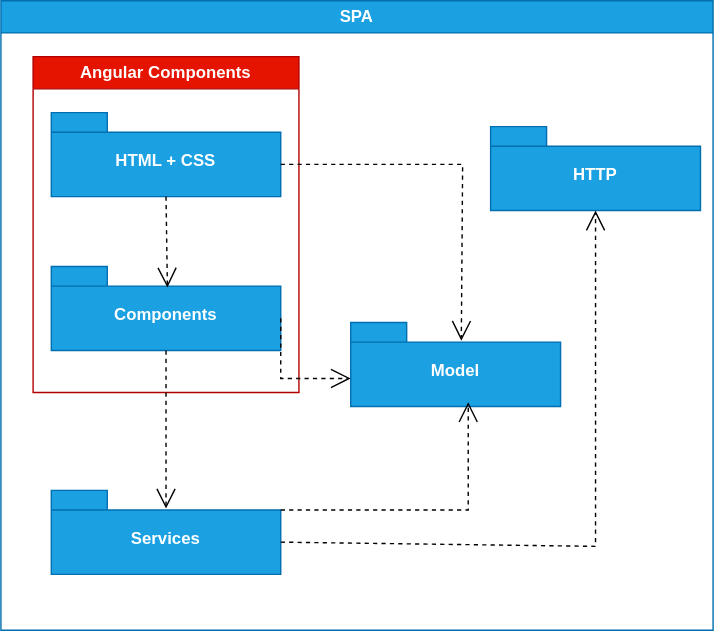
The draw.io diagram docs/L3/SPA/Implementation_View.svg in Rodrick0209/ISEP-SEM5PI-24-25, before a commit. Source tidied: cells renumbered, new cells last; positions are measured from the earlier drawing's top-left corner, leaving out a move shared by most shapes.
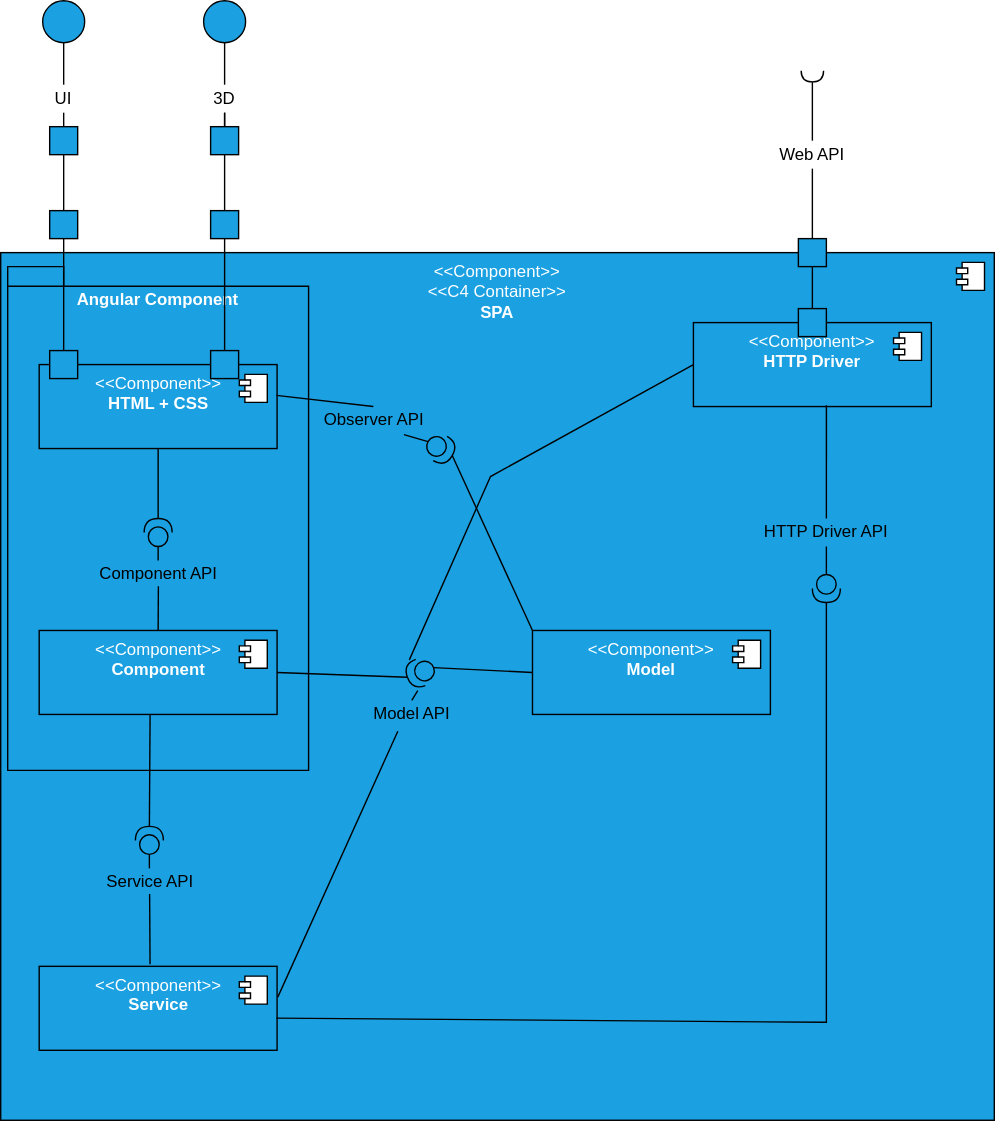
Later version of the same file.

Commit message:
Implmentation view of SPA fixed #25

What changed in the source:
```diff
@@ -2,61 +2,232 @@
   <root>
     <mxCell id="0" />
     <mxCell id="1" parent="0" />
-    <mxCell id="2" value="SPA" style="swimlane;whiteSpace=wrap;html=1;fillColor=#1ba1e2;fontColor=#ffffff;strokeColor=#006EAF;" parent="1" vertex="1">
-      <mxGeometry width="509" height="450" as="geometry" />
-    </mxCell>
-    <mxCell id="3" value="Angular Components" style="swimlane;whiteSpace=wrap;html=1;fillColor=#e51400;fontColor=#ffffff;strokeColor=#B20000;" parent="2" vertex="1">
-      <mxGeometry x="23" y="40" width="190" height="240" as="geometry" />
-    </mxCell>
-    <mxCell id="4" value="Components" style="shape=folder;fontStyle=1;spacingTop=10;tabWidth=40;tabHeight=14;tabPosition=left;html=1;whiteSpace=wrap;fillColor=#1ba1e2;fontColor=#ffffff;strokeColor=#006EAF;" parent="3" vertex="1">
-      <mxGeometry x="13" y="150" width="164" height="60" as="geometry" />
-    </mxCell>
-    <mxCell id="5" value="HTML + CSS" style="shape=folder;fontStyle=1;spacingTop=10;tabWidth=40;tabHeight=14;tabPosition=left;html=1;whiteSpace=wrap;fillColor=#1ba1e2;fontColor=#ffffff;strokeColor=#006EAF;" parent="3" vertex="1">
-      <mxGeometry x="13" y="40" width="164" height="60" as="geometry" />
-    </mxCell>
-    <mxCell id="6" style="endArrow=open;endSize=12;dashed=1;html=1;rounded=0;exitX=0.5;exitY=1;exitDx=0;exitDy=0;exitPerimeter=0;entryX=0.506;entryY=0.25;entryDx=0;entryDy=0;entryPerimeter=0;" parent="3" edge="1" source="5" target="4">
-      <mxGeometry relative="1" as="geometry" />
-    </mxCell>
-    <mxCell id="7" value="Services" style="shape=folder;fontStyle=1;spacingTop=10;tabWidth=40;tabHeight=14;tabPosition=left;html=1;whiteSpace=wrap;fillColor=#1ba1e2;fontColor=#ffffff;strokeColor=#006EAF;" parent="2" vertex="1">
-      <mxGeometry x="36" y="350" width="164" height="60" as="geometry" />
-    </mxCell>
-    <mxCell id="8" style="endArrow=open;endSize=12;dashed=1;html=1;rounded=0;exitX=0.5;exitY=1;exitDx=0;exitDy=0;exitPerimeter=0;entryX=0.5;entryY=0.217;entryDx=0;entryDy=0;entryPerimeter=0;" parent="2" edge="1" source="4" target="7">
-      <mxGeometry relative="1" as="geometry" />
-    </mxCell>
-    <mxCell id="9" value="HTTP" style="shape=folder;fontStyle=1;spacingTop=10;tabWidth=40;tabHeight=14;tabPosition=left;html=1;whiteSpace=wrap;fillColor=#1ba1e2;fontColor=#ffffff;strokeColor=#006EAF;" parent="2" vertex="1">
-      <mxGeometry x="350" y="90" width="150" height="60" as="geometry" />
-    </mxCell>
-    <mxCell id="10" value="Model" style="shape=folder;fontStyle=1;spacingTop=10;tabWidth=40;tabHeight=14;tabPosition=left;html=1;whiteSpace=wrap;fillColor=#1ba1e2;fontColor=#ffffff;strokeColor=#006EAF;" parent="2" vertex="1">
-      <mxGeometry x="250" y="230" width="150" height="60" as="geometry" />
-    </mxCell>
-    <mxCell id="11" style="endArrow=open;endSize=12;dashed=1;html=1;rounded=0;exitX=0;exitY=0;exitDx=164;exitDy=37;exitPerimeter=0;" parent="2" edge="1" source="4">
-      <mxGeometry relative="1" as="geometry">
-        <mxPoint x="250" y="270" as="targetPoint" />
-        <Array as="points">
-          <mxPoint x="200" y="270" />
-        </Array>
-      </mxGeometry>
-    </mxCell>
-    <mxCell id="12" style="endArrow=open;endSize=12;dashed=1;html=1;rounded=0;entryX=0.56;entryY=0.95;entryDx=0;entryDy=0;entryPerimeter=0;exitX=0;exitY=0;exitDx=164;exitDy=14;exitPerimeter=0;" parent="2" edge="1" source="7" target="10">
-      <mxGeometry relative="1" as="geometry">
-        <Array as="points">
-          <mxPoint x="334" y="364" />
-        </Array>
-      </mxGeometry>
-    </mxCell>
-    <mxCell id="13" style="endArrow=open;endSize=12;dashed=1;html=1;rounded=0;entryX=0.5;entryY=1;entryDx=0;entryDy=0;entryPerimeter=0;exitX=0;exitY=0;exitDx=164;exitDy=37;exitPerimeter=0;" parent="2" edge="1" source="7" target="9">
-      <mxGeometry relative="1" as="geometry">
-        <Array as="points">
-          <mxPoint x="425" y="390" />
-        </Array>
-      </mxGeometry>
-    </mxCell>
-    <mxCell id="14" style="endArrow=open;endSize=12;dashed=1;html=1;rounded=0;exitX=0;exitY=0;exitDx=164;exitDy=37;exitPerimeter=0;entryX=0.527;entryY=0.217;entryDx=0;entryDy=0;entryPerimeter=0;" parent="2" edge="1" source="5" target="10">
-      <mxGeometry relative="1" as="geometry">
-        <Array as="points">
-          <mxPoint x="330" y="117" />
-        </Array>
-      </mxGeometry>
-    </mxCell>
+    <mxCell id="15" value="&amp;lt;&amp;lt;Component&amp;gt;&amp;gt;&lt;div&gt;&amp;lt;&amp;lt;C4 Container&lt;span style=&quot;background-color: initial;&quot;&gt;&amp;gt;&amp;gt;&lt;/span&gt;&lt;/div&gt;&lt;div style=&quot;padding-right: 0px;&quot;&gt;&lt;b&gt;SPA&lt;/b&gt;&lt;/div&gt;" style="html=1;whiteSpace=wrap;horizontal=1;verticalAlign=top;fillColor=#1ba1e2;fontColor=#ffffff;strokeColor=default;" parent="1" vertex="1">
+      <mxGeometry x="-50" y="10" width="710" height="620" as="geometry" />
+    </mxCell>
+    <mxCell id="16" style="shape=module;jettyWidth=8;jettyHeight=4;" parent="15" vertex="1">
+      <mxGeometry x="1" width="20" height="20" relative="1" as="geometry">
+        <mxPoint x="-27" y="7" as="offset" />
+      </mxGeometry>
+    </mxCell>
+    <mxCell id="17" style="whiteSpace=wrap;html=1;fillColor=#1ba1e2;fontColor=#ffffff;strokeColor=default;" parent="1" vertex="1">
+      <mxGeometry x="-15" y="-80" width="20" height="20" as="geometry" />
+    </mxCell>
+    <mxCell id="18" style="whiteSpace=wrap;html=1;fillColor=#1ba1e2;fontColor=#ffffff;strokeColor=default;" parent="1" vertex="1">
+      <mxGeometry x="-15" y="-20" width="20" height="20" as="geometry" />
+    </mxCell>
+    <mxCell id="19" style="whiteSpace=wrap;html=1;fillColor=#1ba1e2;fontColor=#ffffff;strokeColor=default;" parent="1" vertex="1">
+      <mxGeometry x="100" y="-20" width="20" height="20" as="geometry" />
+    </mxCell>
+    <mxCell id="20" style="endArrow=none;html=1;rounded=0;entryX=0.5;entryY=1;entryDx=0;entryDy=0;exitX=0.5;exitY=0;exitDx=0;exitDy=0;" parent="1" edge="1" source="18" target="17">
+      <mxGeometry relative="1" as="geometry" />
+    </mxCell>
+    <mxCell id="21" style="endArrow=none;html=1;rounded=0;exitX=0.5;exitY=0;exitDx=0;exitDy=0;entryX=0.5;entryY=1;entryDx=0;entryDy=0;" parent="1" edge="1" source="24" target="22">
+      <mxGeometry relative="1" as="geometry" />
+    </mxCell>
+    <mxCell id="22" style="ellipse;whiteSpace=wrap;html=1;fillColor=#1ba1e2;fontColor=#ffffff;strokeColor=default;" parent="1" vertex="1">
+      <mxGeometry x="-20" y="-170" width="30" height="30" as="geometry" />
+    </mxCell>
+    <mxCell id="23" style="endArrow=none;html=1;rounded=0;exitX=0.5;exitY=0;exitDx=0;exitDy=0;" parent="1" edge="1" source="17" target="24">
+      <mxGeometry relative="1" as="geometry" />
+    </mxCell>
+    <mxCell id="24" value="UI" style="text;html=1;align=center;verticalAlign=middle;whiteSpace=wrap;rounded=0;" parent="1" vertex="1">
+      <mxGeometry x="-15" y="-110" width="20" height="20" as="geometry" />
+    </mxCell>
+    <mxCell id="25" style="endArrow=none;html=1;rounded=0;entryX=0.5;entryY=1;entryDx=0;entryDy=0;exitX=0.5;exitY=0;exitDx=0;exitDy=0;" parent="1" edge="1" source="31" target="26">
+      <mxGeometry relative="1" as="geometry" />
+    </mxCell>
+    <mxCell id="26" style="ellipse;whiteSpace=wrap;html=1;fillColor=#1ba1e2;fontColor=#ffffff;strokeColor=default;" parent="1" vertex="1">
+      <mxGeometry x="95" y="-170" width="30" height="30" as="geometry" />
+    </mxCell>
+    <mxCell id="27" style="endArrow=none;html=1;rounded=0;exitX=0.5;exitY=0;exitDx=0;exitDy=0;" parent="1" edge="1" source="29" target="31">
+      <mxGeometry relative="1" as="geometry" />
+    </mxCell>
+    <mxCell id="28" style="endArrow=none;html=1;rounded=0;entryX=0.5;entryY=1;entryDx=0;entryDy=0;exitX=0.5;exitY=0;exitDx=0;exitDy=0;" parent="1" edge="1" source="19" target="29">
+      <mxGeometry relative="1" as="geometry" />
+    </mxCell>
+    <mxCell id="29" style="whiteSpace=wrap;html=1;fillColor=#1ba1e2;fontColor=#ffffff;strokeColor=default;" parent="1" vertex="1">
+      <mxGeometry x="100" y="-80" width="20" height="20" as="geometry" />
+    </mxCell>
+    <mxCell id="30" style="endArrow=none;html=1;rounded=0;entryX=0.5;entryY=1;entryDx=0;entryDy=0;exitX=0.5;exitY=0;exitDx=0;exitDy=0;" parent="1" edge="1" source="29" target="31">
+      <mxGeometry relative="1" as="geometry" />
+    </mxCell>
+    <mxCell id="31" value="3D" style="text;html=1;align=center;verticalAlign=middle;whiteSpace=wrap;rounded=0;" parent="1" vertex="1">
+      <mxGeometry x="100" y="-110" width="20" height="20" as="geometry" />
+    </mxCell>
+    <mxCell id="32" value="Angular Component" style="shape=folder;fontStyle=1;spacingTop=10;tabWidth=40;tabHeight=14;tabPosition=left;html=1;whiteSpace=wrap;verticalAlign=top;fillColor=none;fontColor=#ffffff;strokeColor=default;" parent="1" vertex="1">
+      <mxGeometry x="-45" y="20" width="215" height="360" as="geometry" />
+    </mxCell>
+    <mxCell id="33" value="&amp;lt;&amp;lt;Component&amp;gt;&amp;gt;&lt;div style=&quot;padding-right: 0px;&quot;&gt;&lt;b&gt;HTML + CSS&lt;/b&gt;&lt;/div&gt;" style="html=1;whiteSpace=wrap;horizontal=1;verticalAlign=top;fillColor=#1ba1e2;fontColor=#ffffff;strokeColor=default;" parent="1" vertex="1">
+      <mxGeometry x="-22.5" y="90" width="170" height="60" as="geometry" />
+    </mxCell>
+    <mxCell id="34" style="shape=module;jettyWidth=8;jettyHeight=4;" parent="33" vertex="1">
+      <mxGeometry x="1" width="20" height="20" relative="1" as="geometry">
+        <mxPoint x="-27" y="7" as="offset" />
+      </mxGeometry>
+    </mxCell>
+    <mxCell id="35" style="whiteSpace=wrap;html=1;fillColor=#1ba1e2;fontColor=#ffffff;strokeColor=default;" parent="1" vertex="1">
+      <mxGeometry x="-15" y="80" width="20" height="20" as="geometry" />
+    </mxCell>
+    <mxCell id="36" style="whiteSpace=wrap;html=1;fillColor=#1ba1e2;fontColor=#ffffff;strokeColor=default;" parent="1" vertex="1">
+      <mxGeometry x="100" y="80" width="20" height="20" as="geometry" />
+    </mxCell>
+    <mxCell id="37" style="endArrow=none;html=1;rounded=0;entryX=0.5;entryY=1;entryDx=0;entryDy=0;exitX=0.5;exitY=0;exitDx=0;exitDy=0;" parent="1" edge="1" source="35" target="18">
+      <mxGeometry relative="1" as="geometry" />
+    </mxCell>
+    <mxCell id="38" style="endArrow=none;html=1;rounded=0;entryX=0.5;entryY=1;entryDx=0;entryDy=0;exitX=0.5;exitY=0;exitDx=0;exitDy=0;" parent="1" edge="1" source="36" target="19">
+      <mxGeometry relative="1" as="geometry" />
+    </mxCell>
+    <mxCell id="39" value="&amp;lt;&amp;lt;Component&amp;gt;&amp;gt;&lt;div style=&quot;padding-right: 0px;&quot;&gt;&lt;b&gt;Component&lt;/b&gt;&lt;/div&gt;" style="html=1;whiteSpace=wrap;horizontal=1;verticalAlign=top;fillColor=#1ba1e2;fontColor=#ffffff;strokeColor=default;" parent="1" vertex="1">
+      <mxGeometry x="-22.5" y="280" width="170" height="60" as="geometry" />
+    </mxCell>
+    <mxCell id="40" style="shape=module;jettyWidth=8;jettyHeight=4;" parent="39" vertex="1">
+      <mxGeometry x="1" width="20" height="20" relative="1" as="geometry">
+        <mxPoint x="-27" y="7" as="offset" />
+      </mxGeometry>
+    </mxCell>
+    <mxCell id="41" style="shape=providedRequiredInterface;html=1;verticalLabelPosition=bottom;sketch=0;rotation=-90;fillColor=#1ba1e2;fontColor=#ffffff;strokeColor=default;" parent="1" vertex="1">
+      <mxGeometry x="52.5" y="200" width="20" height="20" as="geometry" />
+    </mxCell>
+    <mxCell id="42" style="endArrow=none;html=1;rounded=0;entryX=0.5;entryY=1;entryDx=0;entryDy=0;exitX=1;exitY=0.5;exitDx=0;exitDy=0;exitPerimeter=0;" parent="1" edge="1" source="41" target="33">
+      <mxGeometry relative="1" as="geometry" />
+    </mxCell>
+    <mxCell id="43" style="endArrow=none;html=1;rounded=0;entryX=0;entryY=0.5;entryDx=0;entryDy=0;exitX=0.5;exitY=0;exitDx=0;exitDy=0;entryPerimeter=0;" parent="1" edge="1" source="45" target="41">
+      <mxGeometry relative="1" as="geometry" />
+    </mxCell>
+    <mxCell id="44" style="endArrow=none;html=1;rounded=0;entryX=0.502;entryY=0.916;entryDx=0;entryDy=0;exitX=0.5;exitY=0;exitDx=0;exitDy=0;entryPerimeter=0;" parent="1" edge="1" source="39" target="45">
+      <mxGeometry relative="1" as="geometry" />
+    </mxCell>
+    <mxCell id="45" value="Component API" style="text;html=1;align=center;verticalAlign=middle;whiteSpace=wrap;rounded=0;" parent="1" vertex="1">
+      <mxGeometry x="18.8" y="230" width="87.5" height="20" as="geometry" />
+    </mxCell>
+    <mxCell id="46" value="&amp;lt;&amp;lt;Component&amp;gt;&amp;gt;&lt;div&gt;&lt;b&gt;Service&lt;/b&gt;&lt;/div&gt;" style="html=1;whiteSpace=wrap;horizontal=1;verticalAlign=top;fillColor=#1ba1e2;fontColor=#ffffff;strokeColor=default;" parent="1" vertex="1">
+      <mxGeometry x="-22.5" y="520" width="170" height="60" as="geometry" />
+    </mxCell>
+    <mxCell id="47" style="shape=module;jettyWidth=8;jettyHeight=4;" parent="46" vertex="1">
+      <mxGeometry x="1" width="20" height="20" relative="1" as="geometry">
+        <mxPoint x="-27" y="7" as="offset" />
+      </mxGeometry>
+    </mxCell>
+    <mxCell id="48" style="shape=providedRequiredInterface;html=1;verticalLabelPosition=bottom;sketch=0;rotation=-90;fillColor=#1ba1e2;fontColor=#ffffff;strokeColor=default;" parent="1" vertex="1">
+      <mxGeometry x="46.2" y="420" width="20" height="20" as="geometry" />
+    </mxCell>
+    <mxCell id="49" style="endArrow=none;html=1;rounded=0;entryX=0.5;entryY=1;entryDx=0;entryDy=0;exitX=1;exitY=0.5;exitDx=0;exitDy=0;exitPerimeter=0;" parent="1" edge="1" source="48">
+      <mxGeometry relative="1" as="geometry">
+        <mxPoint x="56.8" y="340" as="targetPoint" />
+      </mxGeometry>
+    </mxCell>
+    <mxCell id="50" style="endArrow=none;html=1;rounded=0;entryX=0;entryY=0.5;entryDx=0;entryDy=0;exitX=0.5;exitY=0;exitDx=0;exitDy=0;entryPerimeter=0;" parent="1" edge="1" source="52" target="48">
+      <mxGeometry relative="1" as="geometry" />
+    </mxCell>
+    <mxCell id="51" style="endArrow=none;html=1;rounded=0;entryX=0.502;entryY=0.916;entryDx=0;entryDy=0;entryPerimeter=0;exitX=0.466;exitY=-0.026;exitDx=0;exitDy=0;exitPerimeter=0;" parent="1" edge="1" source="46" target="52">
+      <mxGeometry relative="1" as="geometry" />
+    </mxCell>
+    <mxCell id="52" value="Service API" style="text;html=1;align=center;verticalAlign=middle;whiteSpace=wrap;rounded=0;" parent="1" vertex="1">
+      <mxGeometry x="12.5" y="450" width="87.5" height="20" as="geometry" />
+    </mxCell>
+    <mxCell id="53" value="&amp;lt;&amp;lt;Component&amp;gt;&amp;gt;&lt;div&gt;&lt;b&gt;Model&lt;/b&gt;&lt;/div&gt;" style="html=1;whiteSpace=wrap;horizontal=1;verticalAlign=top;fillColor=#1ba1e2;fontColor=#ffffff;strokeColor=default;" parent="1" vertex="1">
+      <mxGeometry x="330" y="280" width="170" height="60" as="geometry" />
+    </mxCell>
+    <mxCell id="54" style="shape=module;jettyWidth=8;jettyHeight=4;" parent="53" vertex="1">
+      <mxGeometry x="1" width="20" height="20" relative="1" as="geometry">
+        <mxPoint x="-27" y="7" as="offset" />
+      </mxGeometry>
+    </mxCell>
+    <mxCell id="55" style="shape=providedRequiredInterface;html=1;verticalLabelPosition=bottom;sketch=0;rotation=-200;fillColor=#1ba1e2;fontColor=#ffffff;strokeColor=default;" parent="1" vertex="1">
+      <mxGeometry x="240" y="300" width="20" height="20" as="geometry" />
+    </mxCell>
+    <mxCell id="56" style="endArrow=none;html=1;rounded=0;entryX=1;entryY=0.5;entryDx=0;entryDy=0;exitX=1;exitY=0.5;exitDx=0;exitDy=0;exitPerimeter=0;" parent="1" edge="1" source="55" target="39">
+      <mxGeometry relative="1" as="geometry" />
+    </mxCell>
+    <mxCell id="57" style="endArrow=none;html=1;rounded=0;entryX=0;entryY=0.5;entryDx=0;entryDy=0;exitX=0;exitY=0.5;exitDx=0;exitDy=0;entryPerimeter=0;" parent="1" edge="1" source="53" target="55">
+      <mxGeometry relative="1" as="geometry" />
+    </mxCell>
+    <mxCell id="58" value="Model API" style="text;html=1;align=center;verticalAlign=middle;whiteSpace=wrap;rounded=0;" parent="1" vertex="1">
+      <mxGeometry x="200" y="330" width="87.5" height="20" as="geometry" />
+    </mxCell>
+    <mxCell id="59" style="endArrow=none;html=1;rounded=0;entryX=0.816;entryY=-0.077;entryDx=0;entryDy=0;exitX=0.5;exitY=0;exitDx=0;exitDy=0;entryPerimeter=0;" parent="1" edge="1" source="58" target="55">
+      <mxGeometry relative="1" as="geometry" />
+    </mxCell>
+    <mxCell id="60" style="endArrow=none;html=1;rounded=0;entryX=1.003;entryY=0.367;entryDx=0;entryDy=0;exitX=0.386;exitY=1.1;exitDx=0;exitDy=0;entryPerimeter=0;exitPerimeter=0;" parent="1" edge="1" source="58" target="46">
+      <mxGeometry relative="1" as="geometry" />
+    </mxCell>
+    <mxCell id="61" value="&amp;lt;&amp;lt;Component&amp;gt;&amp;gt;&lt;div&gt;&lt;b&gt;HTTP Driver&lt;/b&gt;&lt;/div&gt;" style="html=1;whiteSpace=wrap;horizontal=1;verticalAlign=top;fillColor=#1ba1e2;fontColor=#ffffff;strokeColor=default;" parent="1" vertex="1">
+      <mxGeometry x="445" y="60" width="170" height="60" as="geometry" />
+    </mxCell>
+    <mxCell id="62" style="shape=module;jettyWidth=8;jettyHeight=4;" parent="61" vertex="1">
+      <mxGeometry x="1" width="20" height="20" relative="1" as="geometry">
+        <mxPoint x="-27" y="7" as="offset" />
+      </mxGeometry>
+    </mxCell>
+    <mxCell id="63" style="endArrow=none;html=1;rounded=0;entryX=0;entryY=0.5;entryDx=0;entryDy=0;exitX=0.722;exitY=1.06;exitDx=0;exitDy=0;exitPerimeter=0;" parent="1" edge="1" source="55" target="61">
+      <mxGeometry relative="1" as="geometry">
+        <Array as="points">
+          <mxPoint x="300" y="170" />
+        </Array>
+      </mxGeometry>
+    </mxCell>
+    <mxCell id="64" style="shape=providedRequiredInterface;html=1;verticalLabelPosition=bottom;sketch=0;rotation=30;fillColor=#1ba1e2;fontColor=#ffffff;strokeColor=default;" parent="1" vertex="1">
+      <mxGeometry x="254" y="140" width="20" height="20" as="geometry" />
+    </mxCell>
+    <mxCell id="65" value="Observer API" style="text;html=1;align=center;verticalAlign=middle;whiteSpace=wrap;rounded=0;" parent="1" vertex="1">
+      <mxGeometry x="172.5" y="120" width="87.5" height="20" as="geometry" />
+    </mxCell>
+    <mxCell id="66" style="endArrow=none;html=1;rounded=0;entryX=0;entryY=0;entryDx=0;entryDy=0;exitX=1;exitY=0.5;exitDx=0;exitDy=0;exitPerimeter=0;" parent="1" edge="1" source="64" target="53">
+      <mxGeometry relative="1" as="geometry" />
+    </mxCell>
+    <mxCell id="67" style="endArrow=none;html=1;rounded=0;entryX=0.5;entryY=0;entryDx=0;entryDy=0;exitX=0.997;exitY=0.367;exitDx=0;exitDy=0;exitPerimeter=0;" parent="1" edge="1" source="33" target="65">
+      <mxGeometry relative="1" as="geometry" />
+    </mxCell>
+    <mxCell id="68" style="endArrow=none;html=1;rounded=0;entryX=0;entryY=0.5;entryDx=0;entryDy=0;exitX=0.75;exitY=1;exitDx=0;exitDy=0;entryPerimeter=0;" parent="1" edge="1" source="65" target="64">
+      <mxGeometry relative="1" as="geometry" />
+    </mxCell>
+    <mxCell id="69" style="endArrow=none;html=1;rounded=0;entryX=0.997;entryY=0.617;entryDx=0;entryDy=0;exitX=1;exitY=0.5;exitDx=0;exitDy=0;exitPerimeter=0;entryPerimeter=0;" parent="1" edge="1" source="71" target="46">
+      <mxGeometry relative="1" as="geometry">
+        <Array as="points">
+          <mxPoint x="540" y="560" />
+        </Array>
+      </mxGeometry>
+    </mxCell>
+    <mxCell id="70" style="endArrow=none;html=1;rounded=0;entryX=0;entryY=0.5;entryDx=0;entryDy=0;exitX=0.5;exitY=1;exitDx=0;exitDy=0;entryPerimeter=0;" parent="1" edge="1" source="73" target="71">
+      <mxGeometry relative="1" as="geometry" />
+    </mxCell>
+    <mxCell id="71" style="shape=providedRequiredInterface;html=1;verticalLabelPosition=bottom;sketch=0;rotation=90;fillColor=#1ba1e2;fontColor=#ffffff;strokeColor=default;" parent="1" vertex="1">
+      <mxGeometry x="530" y="240" width="20" height="20" as="geometry" />
+    </mxCell>
+    <mxCell id="72" style="endArrow=none;html=1;rounded=0;entryX=0.5;entryY=0;entryDx=0;entryDy=0;exitX=0.559;exitY=0.983;exitDx=0;exitDy=0;exitPerimeter=0;" parent="1" edge="1" source="61" target="73">
+      <mxGeometry relative="1" as="geometry" />
+    </mxCell>
+    <mxCell id="73" value="HTTP Driver API" style="text;html=1;align=center;verticalAlign=middle;whiteSpace=wrap;rounded=0;" parent="1" vertex="1">
+      <mxGeometry x="493.1" y="200" width="93.8" height="20" as="geometry" />
+    </mxCell>
+    <mxCell id="74" style="rounded=0;jettySize=auto;html=1;endArrow=halfCircle;endFill=0;endSize=6;strokeWidth=1;sketch=0;fontSize=12;curved=1;exitX=0.5;exitY=0;exitDx=0;exitDy=0;" parent="1" edge="1" source="77">
+      <mxGeometry relative="1" as="geometry">
+        <mxPoint x="530" y="-120" as="targetPoint" />
+      </mxGeometry>
+    </mxCell>
+    <mxCell id="75" style="ellipse;whiteSpace=wrap;html=1;align=center;fillColor=none;strokeColor=none;perimeter=centerPerimeter;" parent="1" vertex="1">
+      <mxGeometry x="500" y="30" width="10" height="10" as="geometry" />
+    </mxCell>
+    <mxCell id="76" style="whiteSpace=wrap;html=1;fillColor=#1ba1e2;fontColor=#ffffff;strokeColor=default;" parent="1" vertex="1">
+      <mxGeometry x="520" width="20" height="20" as="geometry" />
+    </mxCell>
+    <mxCell id="77" value="Web API" style="text;html=1;align=center;verticalAlign=middle;whiteSpace=wrap;rounded=0;" parent="1" vertex="1">
+      <mxGeometry x="495" y="-70" width="70" height="20" as="geometry" />
+    </mxCell>
+    <mxCell id="78" style="endArrow=none;html=1;rounded=0;exitX=0.5;exitY=0;exitDx=0;exitDy=0;" parent="1" edge="1" source="81">
+      <mxGeometry relative="1" as="geometry">
+        <mxPoint x="530" y="20" as="targetPoint" />
+      </mxGeometry>
+    </mxCell>
+    <mxCell id="79" style="endArrow=none;html=1;rounded=0;entryX=0.5;entryY=1;entryDx=0;entryDy=0;exitX=0.5;exitY=0;exitDx=0;exitDy=0;" parent="1" edge="1" source="76" target="77">
+      <mxGeometry relative="1" as="geometry" />
+    </mxCell>
+    <mxCell id="80" style="endArrow=none;html=1;rounded=0;exitX=0.5;exitY=0;exitDx=0;exitDy=0;" parent="1" edge="1" source="61" target="81">
+      <mxGeometry relative="1" as="geometry" />
+    </mxCell>
+    <mxCell id="81" style="whiteSpace=wrap;html=1;fillColor=#1ba1e2;fontColor=#ffffff;strokeColor=default;" parent="1" vertex="1">
+      <mxGeometry x="520" y="50" width="20" height="20" as="geometry" />
+    </mxCell>
   </root>
 </mxGraphModel>
```
